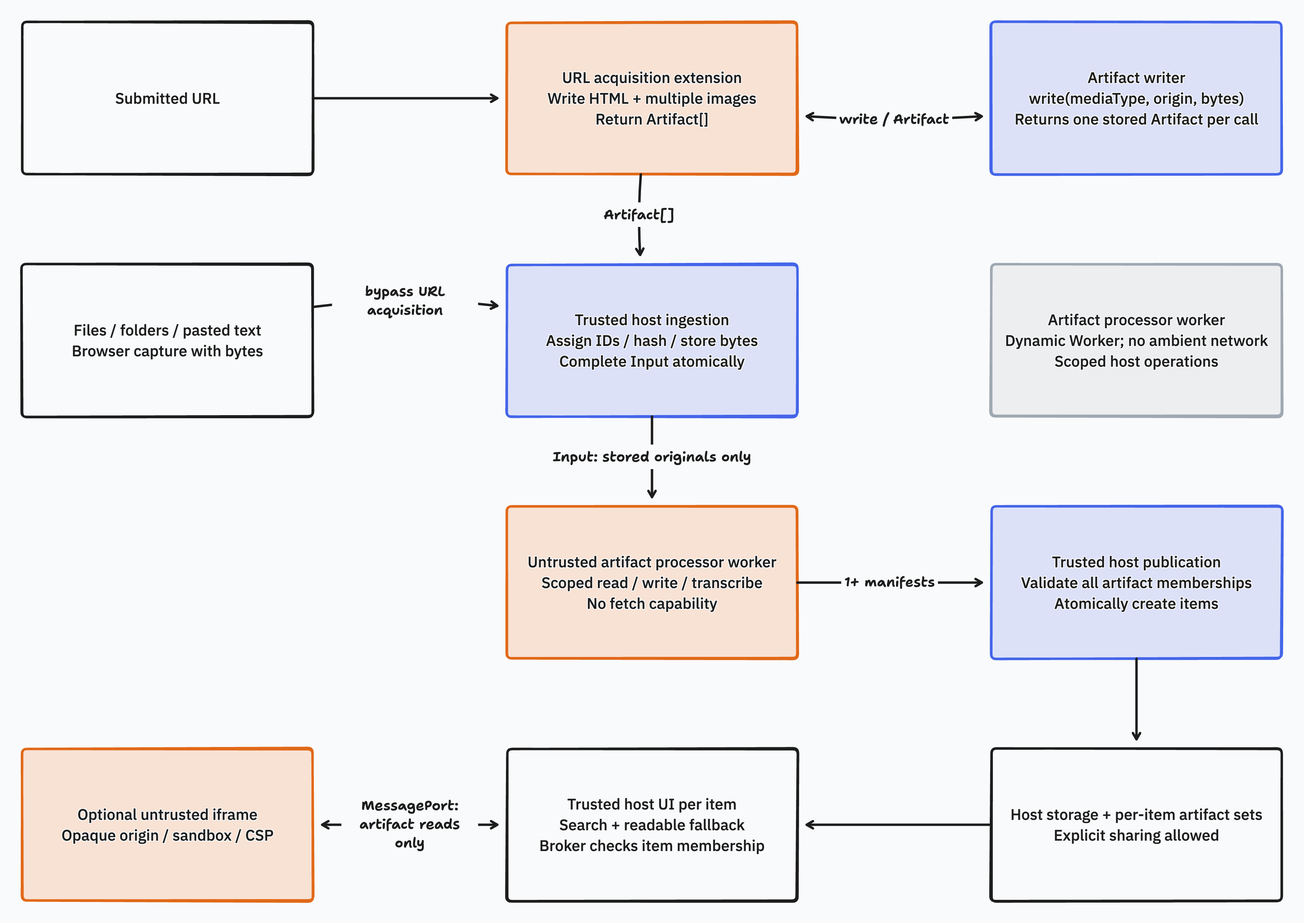
This is docs/diagrams/authority-boundaries.png from jmorrell/ubiquitous-carnival, a Mermaid export, as it was before one commit. Its source is kept beside it as docs/diagrams/authority-boundaries.mmd.
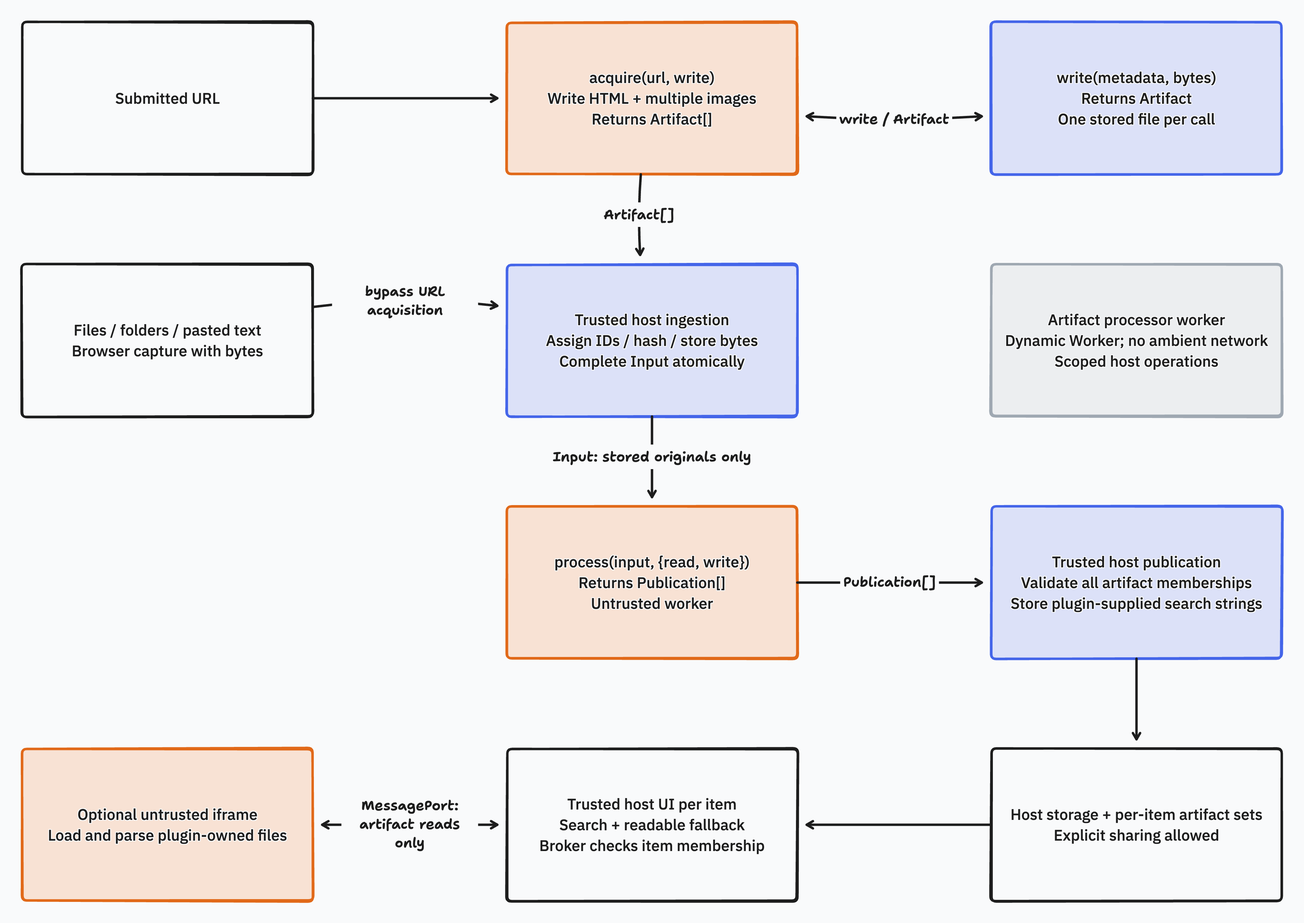
Above is the later version.

Diff of the diagram source:
```diff
@@ -1,13 +1,13 @@
 flowchart TB
-  U[Submitted URL] --> A[URL acquisition extension<br/>Write HTML + multiple images<br/>Return Artifact[]]
-  A <-->|write / Artifact| N[Artifact writer<br/>write(mediaType, origin, bytes)<br/>Returns one stored Artifact per call]
-  A -->|Artifact[]| H[Trusted host ingestion<br/>Assign IDs / hash / store bytes<br/>Complete Input atomically]
+  U[Submitted URL] --> A["acquire(url, write)<br/>Write HTML + multiple images<br/>Returns Artifact[]"]
+  A <-->|write / Artifact| N["write(metadata, bytes)<br/>Returns Artifact<br/>One stored file per call"]
+  A -->|"Artifact[]"| H[Trusted host ingestion<br/>Assign IDs / hash / store bytes<br/>Complete Input atomically]
   B[Files / folders / pasted text<br/>Browser capture with bytes] -->|bypass URL acquisition| H
-  H -->|Input: stored originals only| P[Untrusted artifact processor worker<br/>Scoped read / write / transcribe<br/>No fetch capability]
-  P -->|1+ manifests| V[Trusted host publication<br/>Validate all artifact memberships<br/>Atomically create items]
+  H -->|Input: stored originals only| P["process(input, {read, write})<br/>Returns Publication[]<br/>Untrusted worker"]
+  P -->|"Publication[]"| V[Trusted host publication<br/>Validate all artifact memberships<br/>Store plugin-supplied search strings]
   V --> S[Host storage + per-item artifact sets<br/>Explicit sharing allowed]
   S --> UI[Trusted host UI per item<br/>Search + readable fallback<br/>Broker checks item membership]
-  UI <-->|MessagePort: artifact reads only| F[Optional untrusted iframe<br/>Opaque origin / sandbox / CSP]
+  UI <-->|MessagePort: artifact reads only| F[Optional untrusted iframe<br/>Load and parse plugin-owned files]
   W[Artifact processor worker<br/>Dynamic Worker; no ambient network<br/>Scoped host operations]
   style A fill:#ffe5c2,stroke:#c47820
   style P fill:#ffe5c2,stroke:#c47820
```
